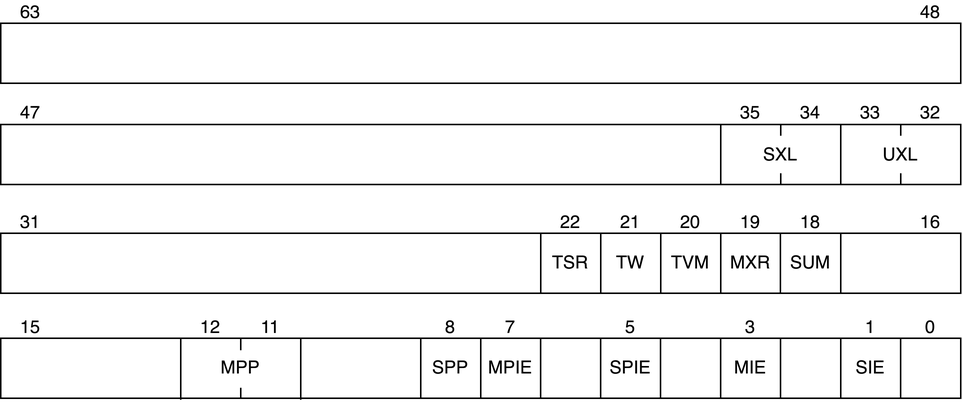
Earlier version of the draw.io export basic/images/20-mmode-csr/mstatus.png (nananapo/veryl-riscv-book). Source tidied: cells renumbered, new cells last; positions are measured from the earlier drawing's top-left corner, leaving out a move shared by most shapes.
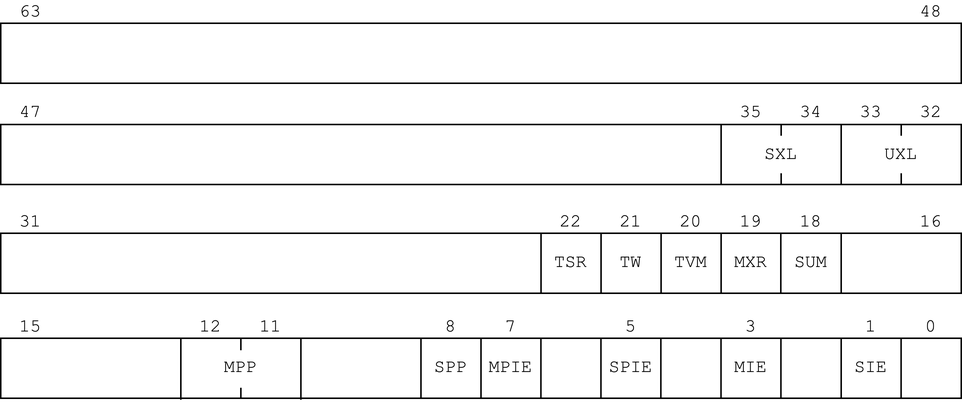
The same file after the commit.

What changed in the source:
```diff
@@ -4,21 +4,21 @@
     <mxCell id="1" parent="0" />
-    <mxCell id="2" style="rounded=0;whiteSpace=wrap;html=1;" parent="1" vertex="1">
+    <mxCell id="2" style="rounded=0;whiteSpace=wrap;html=1;fontFamily=Courier New;" parent="1" vertex="1">
       <mxGeometry y="15" width="640" height="40" as="geometry" />
     </mxCell>
-    <mxCell id="3" value="32" style="text;html=1;align=center;verticalAlign=middle;whiteSpace=wrap;rounded=0;" parent="1" vertex="1">
+    <mxCell id="3" value="32" style="text;html=1;align=center;verticalAlign=middle;whiteSpace=wrap;rounded=0;fontFamily=Courier New;" parent="1" vertex="1">
       <mxGeometry x="610" y="67.5" width="20" height="15" as="geometry" />
     </mxCell>
-    <mxCell id="4" style="rounded=0;whiteSpace=wrap;html=1;" parent="1" vertex="1">
+    <mxCell id="4" style="rounded=0;whiteSpace=wrap;html=1;fontFamily=Courier New;" parent="1" vertex="1">
       <mxGeometry y="155" width="640" height="40" as="geometry" />
     </mxCell>
-    <mxCell id="5" style="rounded=0;whiteSpace=wrap;html=1;" parent="1" vertex="1">
+    <mxCell id="5" style="rounded=0;whiteSpace=wrap;html=1;fontFamily=Courier New;" parent="1" vertex="1">
       <mxGeometry y="225" width="640" height="40" as="geometry" />
     </mxCell>
-    <mxCell id="6" style="rounded=0;whiteSpace=wrap;html=1;" parent="1" vertex="1">
+    <mxCell id="6" style="rounded=0;whiteSpace=wrap;html=1;fontFamily=Courier New;" parent="1" vertex="1">
       <mxGeometry y="82.5" width="640" height="40" as="geometry" />
     </mxCell>
-    <mxCell id="7" value="33" style="text;html=1;align=center;verticalAlign=middle;whiteSpace=wrap;rounded=0;" parent="1" vertex="1">
+    <mxCell id="7" value="33" style="text;html=1;align=center;verticalAlign=middle;whiteSpace=wrap;rounded=0;fontFamily=Courier New;" parent="1" vertex="1">
       <mxGeometry x="570" y="67.5" width="20" height="15" as="geometry" />
     </mxCell>
-    <mxCell id="8" style="endArrow=none;html=1;rounded=0;" parent="1" edge="1">
+    <mxCell id="8" style="endArrow=none;html=1;rounded=0;fontFamily=Courier New;" parent="1" edge="1">
       <mxGeometry relative="1" as="geometry">
@@ -28,3 +28,3 @@
     </mxCell>
-    <mxCell id="9" style="endArrow=none;html=1;rounded=0;" parent="1" edge="1">
+    <mxCell id="9" style="endArrow=none;html=1;rounded=0;fontFamily=Courier New;" parent="1" edge="1">
       <mxGeometry relative="1" as="geometry">
@@ -34,9 +34,9 @@
     </mxCell>
-    <mxCell id="10" style="endArrow=none;html=1;rounded=0;exitX=0.875;exitY=-0.002;exitDx=0;exitDy=0;exitPerimeter=0;entryX=0.875;entryY=1;entryDx=0;entryDy=0;entryPerimeter=0;" parent="1" edge="1" source="6" target="6">
+    <mxCell id="10" style="endArrow=none;html=1;rounded=0;exitX=0.875;exitY=-0.002;exitDx=0;exitDy=0;exitPerimeter=0;entryX=0.875;entryY=1;entryDx=0;entryDy=0;entryPerimeter=0;fontFamily=Courier New;" parent="1" edge="1" source="6" target="6">
       <mxGeometry relative="1" as="geometry" />
     </mxCell>
-    <mxCell id="11" value="UXL" style="text;html=1;align=center;verticalAlign=middle;whiteSpace=wrap;rounded=0;" parent="1" vertex="1">
+    <mxCell id="11" value="UXL" style="text;html=1;align=center;verticalAlign=middle;whiteSpace=wrap;rounded=0;fontFamily=Courier New;" parent="1" vertex="1">
       <mxGeometry x="590" y="95" width="20" height="15" as="geometry" />
     </mxCell>
-    <mxCell id="12" style="endArrow=none;html=1;rounded=0;" parent="1" edge="1">
+    <mxCell id="12" style="endArrow=none;html=1;rounded=0;fontFamily=Courier New;" parent="1" edge="1">
       <mxGeometry relative="1" as="geometry">
@@ -46,3 +46,3 @@
     </mxCell>
-    <mxCell id="13" style="endArrow=none;html=1;rounded=0;" parent="1" edge="1">
+    <mxCell id="13" style="endArrow=none;html=1;rounded=0;fontFamily=Courier New;" parent="1" edge="1">
       <mxGeometry relative="1" as="geometry">
@@ -52,3 +52,3 @@
     </mxCell>
-    <mxCell id="14" style="endArrow=none;html=1;rounded=0;exitX=0.875;exitY=-0.002;exitDx=0;exitDy=0;exitPerimeter=0;entryX=0.875;entryY=1;entryDx=0;entryDy=0;entryPerimeter=0;" parent="1" edge="1">
+    <mxCell id="14" style="endArrow=none;html=1;rounded=0;exitX=0.875;exitY=-0.002;exitDx=0;exitDy=0;exitPerimeter=0;entryX=0.875;entryY=1;entryDx=0;entryDy=0;entryPerimeter=0;fontFamily=Courier New;" parent="1" edge="1">
       <mxGeometry relative="1" as="geometry">
@@ -58,27 +58,27 @@
     </mxCell>
-    <mxCell id="15" value="34" style="text;html=1;align=center;verticalAlign=middle;whiteSpace=wrap;rounded=0;" parent="1" vertex="1">
+    <mxCell id="15" value="34" style="text;html=1;align=center;verticalAlign=middle;whiteSpace=wrap;rounded=0;fontFamily=Courier New;" parent="1" vertex="1">
       <mxGeometry x="530" y="67.5" width="20" height="15" as="geometry" />
     </mxCell>
-    <mxCell id="16" value="35" style="text;html=1;align=center;verticalAlign=middle;whiteSpace=wrap;rounded=0;" parent="1" vertex="1">
+    <mxCell id="16" value="35" style="text;html=1;align=center;verticalAlign=middle;whiteSpace=wrap;rounded=0;fontFamily=Courier New;" parent="1" vertex="1">
       <mxGeometry x="490" y="67.5" width="20" height="15" as="geometry" />
     </mxCell>
-    <mxCell id="17" value="SXL" style="text;html=1;align=center;verticalAlign=middle;whiteSpace=wrap;rounded=0;" parent="1" vertex="1">
+    <mxCell id="17" value="SXL" style="text;html=1;align=center;verticalAlign=middle;whiteSpace=wrap;rounded=0;fontFamily=Courier New;" parent="1" vertex="1">
       <mxGeometry x="510" y="95" width="20" height="15" as="geometry" />
     </mxCell>
-    <mxCell id="18" value="18" style="text;html=1;align=center;verticalAlign=middle;whiteSpace=wrap;rounded=0;" parent="1" vertex="1">
+    <mxCell id="18" value="18" style="text;html=1;align=center;verticalAlign=middle;whiteSpace=wrap;rounded=0;fontFamily=Courier New;" parent="1" vertex="1">
       <mxGeometry x="530" y="140" width="20" height="15" as="geometry" />
     </mxCell>
-    <mxCell id="19" value="19" style="text;html=1;align=center;verticalAlign=middle;whiteSpace=wrap;rounded=0;" parent="1" vertex="1">
+    <mxCell id="19" value="19" style="text;html=1;align=center;verticalAlign=middle;whiteSpace=wrap;rounded=0;fontFamily=Courier New;" parent="1" vertex="1">
       <mxGeometry x="490" y="140" width="20" height="15" as="geometry" />
     </mxCell>
-    <mxCell id="20" value="20" style="text;html=1;align=center;verticalAlign=middle;whiteSpace=wrap;rounded=0;" parent="1" vertex="1">
+    <mxCell id="20" value="20" style="text;html=1;align=center;verticalAlign=middle;whiteSpace=wrap;rounded=0;fontFamily=Courier New;" parent="1" vertex="1">
       <mxGeometry x="450" y="140" width="20" height="15" as="geometry" />
     </mxCell>
-    <mxCell id="21" value="21" style="text;html=1;align=center;verticalAlign=middle;whiteSpace=wrap;rounded=0;" parent="1" vertex="1">
+    <mxCell id="21" value="21" style="text;html=1;align=center;verticalAlign=middle;whiteSpace=wrap;rounded=0;fontFamily=Courier New;" parent="1" vertex="1">
       <mxGeometry x="410" y="140" width="20" height="15" as="geometry" />
     </mxCell>
-    <mxCell id="22" value="22" style="text;html=1;align=center;verticalAlign=middle;whiteSpace=wrap;rounded=0;" parent="1" vertex="1">
+    <mxCell id="22" value="22" style="text;html=1;align=center;verticalAlign=middle;whiteSpace=wrap;rounded=0;fontFamily=Courier New;" parent="1" vertex="1">
       <mxGeometry x="370" y="140" width="20" height="15" as="geometry" />
     </mxCell>
-    <mxCell id="23" style="endArrow=none;html=1;rounded=0;exitX=0.875;exitY=-0.002;exitDx=0;exitDy=0;exitPerimeter=0;entryX=0.875;entryY=1;entryDx=0;entryDy=0;entryPerimeter=0;" parent="1" edge="1">
+    <mxCell id="23" style="endArrow=none;html=1;rounded=0;exitX=0.875;exitY=-0.002;exitDx=0;exitDy=0;exitPerimeter=0;entryX=0.875;entryY=1;entryDx=0;entryDy=0;entryPerimeter=0;fontFamily=Courier New;" parent="1" edge="1">
       <mxGeometry relative="1" as="geometry">
@@ -88,3 +88,3 @@
     </mxCell>
-    <mxCell id="24" style="endArrow=none;html=1;rounded=0;exitX=0.875;exitY=-0.002;exitDx=0;exitDy=0;exitPerimeter=0;entryX=0.875;entryY=1;entryDx=0;entryDy=0;entryPerimeter=0;" parent="1" edge="1">
+    <mxCell id="24" style="endArrow=none;html=1;rounded=0;exitX=0.875;exitY=-0.002;exitDx=0;exitDy=0;exitPerimeter=0;entryX=0.875;entryY=1;entryDx=0;entryDy=0;entryPerimeter=0;fontFamily=Courier New;" parent="1" edge="1">
       <mxGeometry relative="1" as="geometry">
@@ -94,3 +94,3 @@
     </mxCell>
-    <mxCell id="25" style="endArrow=none;html=1;rounded=0;exitX=0.875;exitY=-0.002;exitDx=0;exitDy=0;exitPerimeter=0;entryX=0.875;entryY=1;entryDx=0;entryDy=0;entryPerimeter=0;" parent="1" edge="1">
+    <mxCell id="25" style="endArrow=none;html=1;rounded=0;exitX=0.875;exitY=-0.002;exitDx=0;exitDy=0;exitPerimeter=0;entryX=0.875;entryY=1;entryDx=0;entryDy=0;entryPerimeter=0;fontFamily=Courier New;" parent="1" edge="1">
       <mxGeometry relative="1" as="geometry">
@@ -100,3 +100,3 @@
     </mxCell>
-    <mxCell id="26" style="endArrow=none;html=1;rounded=0;exitX=0.875;exitY=-0.002;exitDx=0;exitDy=0;exitPerimeter=0;entryX=0.875;entryY=1;entryDx=0;entryDy=0;entryPerimeter=0;" parent="1" edge="1">
+    <mxCell id="26" style="endArrow=none;html=1;rounded=0;exitX=0.875;exitY=-0.002;exitDx=0;exitDy=0;exitPerimeter=0;entryX=0.875;entryY=1;entryDx=0;entryDy=0;entryPerimeter=0;fontFamily=Courier New;" parent="1" edge="1">
       <mxGeometry relative="1" as="geometry">
@@ -106,3 +106,3 @@
     </mxCell>
-    <mxCell id="27" style="endArrow=none;html=1;rounded=0;exitX=0.875;exitY=-0.002;exitDx=0;exitDy=0;exitPerimeter=0;entryX=0.875;entryY=1;entryDx=0;entryDy=0;entryPerimeter=0;" parent="1" edge="1">
+    <mxCell id="27" style="endArrow=none;html=1;rounded=0;exitX=0.875;exitY=-0.002;exitDx=0;exitDy=0;exitPerimeter=0;entryX=0.875;entryY=1;entryDx=0;entryDy=0;entryPerimeter=0;fontFamily=Courier New;" parent="1" edge="1">
       <mxGeometry relative="1" as="geometry">
@@ -112,3 +112,3 @@
     </mxCell>
-    <mxCell id="28" style="endArrow=none;html=1;rounded=0;exitX=0.875;exitY=-0.002;exitDx=0;exitDy=0;exitPerimeter=0;entryX=0.875;entryY=1;entryDx=0;entryDy=0;entryPerimeter=0;" parent="1" edge="1">
+    <mxCell id="28" style="endArrow=none;html=1;rounded=0;exitX=0.875;exitY=-0.002;exitDx=0;exitDy=0;exitPerimeter=0;entryX=0.875;entryY=1;entryDx=0;entryDy=0;entryPerimeter=0;fontFamily=Courier New;" parent="1" edge="1">
       <mxGeometry relative="1" as="geometry">
@@ -118,18 +118,18 @@
     </mxCell>
-    <mxCell id="29" value="SUM" style="text;html=1;align=center;verticalAlign=middle;whiteSpace=wrap;rounded=0;" parent="1" vertex="1">
+    <mxCell id="29" value="SUM" style="text;html=1;align=center;verticalAlign=middle;whiteSpace=wrap;rounded=0;fontFamily=Courier New;" parent="1" vertex="1">
       <mxGeometry x="530" y="167.5" width="20" height="15" as="geometry" />
     </mxCell>
-    <mxCell id="30" value="MXR" style="text;html=1;align=center;verticalAlign=middle;whiteSpace=wrap;rounded=0;" parent="1" vertex="1">
+    <mxCell id="30" value="MXR" style="text;html=1;align=center;verticalAlign=middle;whiteSpace=wrap;rounded=0;fontFamily=Courier New;" parent="1" vertex="1">
       <mxGeometry x="490" y="167.5" width="20" height="15" as="geometry" />
     </mxCell>
-    <mxCell id="31" value="TVM" style="text;html=1;align=center;verticalAlign=middle;whiteSpace=wrap;rounded=0;" parent="1" vertex="1">
+    <mxCell id="31" value="TVM" style="text;html=1;align=center;verticalAlign=middle;whiteSpace=wrap;rounded=0;fontFamily=Courier New;" parent="1" vertex="1">
       <mxGeometry x="450" y="167.5" width="20" height="15" as="geometry" />
     </mxCell>
-    <mxCell id="32" value="TW" style="text;html=1;align=center;verticalAlign=middle;whiteSpace=wrap;rounded=0;" parent="1" vertex="1">
+    <mxCell id="32" value="TW" style="text;html=1;align=center;verticalAlign=middle;whiteSpace=wrap;rounded=0;fontFamily=Courier New;" parent="1" vertex="1">
       <mxGeometry x="410" y="167.5" width="20" height="15" as="geometry" />
     </mxCell>
-    <mxCell id="33" value="TSR" style="text;html=1;align=center;verticalAlign=middle;whiteSpace=wrap;rounded=0;" parent="1" vertex="1">
+    <mxCell id="33" value="TSR" style="text;html=1;align=center;verticalAlign=middle;whiteSpace=wrap;rounded=0;fontFamily=Courier New;" parent="1" vertex="1">
       <mxGeometry x="370" y="167.5" width="20" height="15" as="geometry" />
     </mxCell>
-    <mxCell id="34" style="endArrow=none;html=1;rounded=0;" parent="1" edge="1">
+    <mxCell id="34" style="endArrow=none;html=1;rounded=0;fontFamily=Courier New;" parent="1" edge="1">
       <mxGeometry relative="1" as="geometry">
@@ -139,3 +139,3 @@
     </mxCell>
-    <mxCell id="35" style="endArrow=none;html=1;rounded=0;" parent="1" edge="1">
+    <mxCell id="35" style="endArrow=none;html=1;rounded=0;fontFamily=Courier New;" parent="1" edge="1">
       <mxGeometry relative="1" as="geometry">
@@ -145,3 +145,3 @@
     </mxCell>
-    <mxCell id="36" style="endArrow=none;html=1;rounded=0;" parent="1" edge="1">
+    <mxCell id="36" style="endArrow=none;html=1;rounded=0;fontFamily=Courier New;" parent="1" edge="1">
       <mxGeometry relative="1" as="geometry">
@@ -151,3 +151,3 @@
     </mxCell>
-    <mxCell id="37" style="endArrow=none;html=1;rounded=0;" parent="1" edge="1">
+    <mxCell id="37" style="endArrow=none;html=1;rounded=0;fontFamily=Courier New;" parent="1" edge="1">
       <mxGeometry relative="1" as="geometry">
@@ -157,3 +157,3 @@
     </mxCell>
-    <mxCell id="38" style="endArrow=none;html=1;rounded=0;" parent="1" edge="1">
+    <mxCell id="38" style="endArrow=none;html=1;rounded=0;fontFamily=Courier New;" parent="1" edge="1">
       <mxGeometry relative="1" as="geometry">
@@ -163,3 +163,3 @@
     </mxCell>
-    <mxCell id="39" style="endArrow=none;html=1;rounded=0;" parent="1" edge="1">
+    <mxCell id="39" style="endArrow=none;html=1;rounded=0;fontFamily=Courier New;" parent="1" edge="1">
       <mxGeometry relative="1" as="geometry">
@@ -169,3 +169,3 @@
     </mxCell>
-    <mxCell id="40" style="endArrow=none;html=1;rounded=0;" parent="1" edge="1">
+    <mxCell id="40" style="endArrow=none;html=1;rounded=0;fontFamily=Courier New;" parent="1" edge="1">
       <mxGeometry relative="1" as="geometry">
@@ -175,3 +175,3 @@
     </mxCell>
-    <mxCell id="41" style="endArrow=none;html=1;rounded=0;" parent="1" edge="1">
+    <mxCell id="41" style="endArrow=none;html=1;rounded=0;fontFamily=Courier New;" parent="1" edge="1">
       <mxGeometry relative="1" as="geometry">
@@ -181,3 +181,3 @@
     </mxCell>
-    <mxCell id="42" style="endArrow=none;html=1;rounded=0;" parent="1" edge="1">
+    <mxCell id="42" style="endArrow=none;html=1;rounded=0;fontFamily=Courier New;" parent="1" edge="1">
       <mxGeometry relative="1" as="geometry">
@@ -187,3 +187,3 @@
     </mxCell>
-    <mxCell id="43" style="endArrow=none;html=1;rounded=0;exitX=0.875;exitY=-0.002;exitDx=0;exitDy=0;exitPerimeter=0;entryX=0.875;entryY=1;entryDx=0;entryDy=0;entryPerimeter=0;" parent="1" edge="1">
+    <mxCell id="43" style="endArrow=none;html=1;rounded=0;exitX=0.875;exitY=-0.002;exitDx=0;exitDy=0;exitPerimeter=0;entryX=0.875;entryY=1;entryDx=0;entryDy=0;entryPerimeter=0;fontFamily=Courier New;" parent="1" edge="1">
       <mxGeometry relative="1" as="geometry">
@@ -193,3 +193,3 @@
     </mxCell>
-    <mxCell id="44" style="endArrow=none;html=1;rounded=0;" parent="1" edge="1">
+    <mxCell id="44" style="endArrow=none;html=1;rounded=0;fontFamily=Courier New;" parent="1" edge="1">
       <mxGeometry relative="1" as="geometry">
@@ -199,3 +199,3 @@
     </mxCell>
-    <mxCell id="45" style="endArrow=none;html=1;rounded=0;" parent="1" edge="1">
+    <mxCell id="45" style="endArrow=none;html=1;rounded=0;fontFamily=Courier New;" parent="1" edge="1">
       <mxGeometry relative="1" as="geometry">
@@ -205,3 +205,3 @@
     </mxCell>
-    <mxCell id="46" style="endArrow=none;html=1;rounded=0;exitX=0.875;exitY=-0.002;exitDx=0;exitDy=0;exitPerimeter=0;entryX=0.875;entryY=1;entryDx=0;entryDy=0;entryPerimeter=0;" parent="1" edge="1">
+    <mxCell id="46" style="endArrow=none;html=1;rounded=0;exitX=0.875;exitY=-0.002;exitDx=0;exitDy=0;exitPerimeter=0;entryX=0.875;entryY=1;entryDx=0;entryDy=0;entryPerimeter=0;fontFamily=Courier New;" parent="1" edge="1">
       <mxGeometry relative="1" as="geometry">
@@ -211,60 +211,60 @@
     </mxCell>
-    <mxCell id="47" value="1" style="text;html=1;align=center;verticalAlign=middle;whiteSpace=wrap;rounded=0;" parent="1" vertex="1">
+    <mxCell id="47" value="1" style="text;html=1;align=center;verticalAlign=middle;whiteSpace=wrap;rounded=0;fontFamily=Courier New;" parent="1" vertex="1">
       <mxGeometry x="570" y="210" width="20" height="15" as="geometry" />
     </mxCell>
-    <mxCell id="48" value="3" style="text;html=1;align=center;verticalAlign=middle;whiteSpace=wrap;rounded=0;" parent="1" vertex="1">
+    <mxCell id="48" value="3" style="text;html=1;align=center;verticalAlign=middle;whiteSpace=wrap;rounded=0;fontFamily=Courier New;" parent="1" vertex="1">
       <mxGeometry x="490" y="210" width="20" height="15" as="geometry" />
     </mxCell>
-    <mxCell id="49" value="5" style="text;html=1;align=center;verticalAlign=middle;whiteSpace=wrap;rounded=0;" parent="1" vertex="1">
+    <mxCell id="49" value="5" style="text;html=1;align=center;verticalAlign=middle;whiteSpace=wrap;rounded=0;fontFamily=Courier New;" parent="1" vertex="1">
       <mxGeometry x="410" y="210" width="20" height="15" as="geometry" />
     </mxCell>
-    <mxCell id="50" value="7" style="text;html=1;align=center;verticalAlign=middle;whiteSpace=wrap;rounded=0;" parent="1" vertex="1">
+    <mxCell id="50" value="7" style="text;html=1;align=center;verticalAlign=middle;whiteSpace=wrap;rounded=0;fontFamily=Courier New;" parent="1" vertex="1">
       <mxGeometry x="330" y="210" width="20" height="15" as="geometry" />
     </mxCell>
-    <mxCell id="51" value="8" style="text;html=1;align=center;verticalAlign=middle;whiteSpace=wrap;rounded=0;" parent="1" vertex="1">
+    <mxCell id="51" value="8" style="text;html=1;align=center;verticalAlign=middle;whiteSpace=wrap;rounded=0;fontFamily=Courier New;" parent="1" vertex="1">
       <mxGeometry x="290" y="210" width="20" height="15" as="geometry" />
     </mxCell>
-    <mxCell id="52" value="11" style="text;html=1;align=center;verticalAlign=middle;whiteSpace=wrap;rounded=0;" parent="1" vertex="1">
+    <mxCell id="52" value="11" style="text;html=1;align=center;verticalAlign=middle;whiteSpace=wrap;rounded=0;fontFamily=Courier New;" parent="1" vertex="1">
       <mxGeometry x="170" y="210" width="20" height="15" as="geometry" />
     </mxCell>
-    <mxCell id="53" value="12" style="text;html=1;align=center;verticalAlign=middle;whiteSpace=wrap;rounded=0;" parent="1" vertex="1">
+    <mxCell id="53" value="12" style="text;html=1;align=center;verticalAlign=middle;whiteSpace=wrap;rounded=0;fontFamily=Courier New;" parent="1" vertex="1">
       <mxGeometry x="130" y="210" width="20" height="15" as="geometry" />
     </mxCell>
-    <mxCell id="54" value="SIE" style="text;html=1;align=center;verticalAlign=middle;whiteSpace=wrap;rounded=0;" parent="1" vertex="1">
+    <mxCell id="54" value="SIE" style="text;html=1;align=center;verticalAlign=middle;whiteSpace=wrap;rounded=0;fontFamily=Courier New;" parent="1" vertex="1">
       <mxGeometry x="570" y="237.5" width="20" height="15" as="geometry" />
     </mxCell>
-    <mxCell id="55" value="MIE" style="text;html=1;align=center;verticalAlign=middle;whiteSpace=wrap;rounded=0;" parent="1" vertex="1">
+    <mxCell id="55" value="MIE" style="text;html=1;align=center;verticalAlign=middle;whiteSpace=wrap;rounded=0;fontFamily=Courier New;" parent="1" vertex="1">
       <mxGeometry x="490" y="237.5" width="20" height="15" as="geometry" />
     </mxCell>
-    <mxCell id="56" value="SPIE" style="text;html=1;align=center;verticalAlign=middle;whiteSpace=wrap;rounded=0;" parent="1" vertex="1">
+    <mxCell id="56" value="SPIE" style="text;html=1;align=center;verticalAlign=middle;whiteSpace=wrap;rounded=0;fontFamily=Courier New;" parent="1" vertex="1">
       <mxGeometry x="410" y="237.5" width="20" height="15" as="geometry" />
     </mxCell>
-    <mxCell id="57" value="MPIE" style="text;html=1;align=center;verticalAlign=middle;whiteSpace=wrap;rounded=0;" parent="1" vertex="1">
+    <mxCell id="57" value="MPIE" style="text;html=1;align=center;verticalAlign=middle;whiteSpace=wrap;rounded=0;fontFamily=Courier New;" parent="1" vertex="1">
       <mxGeometry x="330" y="237.5" width="20" height="15" as="geometry" />
     </mxCell>
-    <mxCell id="58" value="SPP" style="text;html=1;align=center;verticalAlign=middle;whiteSpace=wrap;rounded=0;" parent="1" vertex="1">
+    <mxCell id="58" value="SPP" style="text;html=1;align=center;verticalAlign=middle;whiteSpace=wrap;rounded=0;fontFamily=Courier New;" parent="1" vertex="1">
       <mxGeometry x="290" y="237.5" width="20" height="15" as="geometry" />
     </mxCell>
-    <mxCell id="59" value="MPP" style="text;html=1;align=center;verticalAlign=middle;whiteSpace=wrap;rounded=0;" parent="1" vertex="1">
+    <mxCell id="59" value="MPP" style="text;html=1;align=center;verticalAlign=middle;whiteSpace=wrap;rounded=0;fontFamily=Courier New;" parent="1" vertex="1">
       <mxGeometry x="150" y="237.5" width="20" height="15" as="geometry" />
     </mxCell>
-    <mxCell id="60" value="0" style="text;html=1;align=center;verticalAlign=middle;whiteSpace=wrap;rounded=0;" parent="1" vertex="1">
+    <mxCell id="60" value="0" style="text;html=1;align=center;verticalAlign=middle;whiteSpace=wrap;rounded=0;fontFamily=Courier New;" parent="1" vertex="1">
       <mxGeometry x="610" y="210" width="20" height="15" as="geometry" />
     </mxCell>
-    <mxCell id="61" value="15" style="text;html=1;align=center;verticalAlign=middle;whiteSpace=wrap;rounded=0;" parent="1" vertex="1">
+    <mxCell id="61" value="15" style="text;html=1;align=center;verticalAlign=middle;whiteSpace=wrap;rounded=0;fontFamily=Courier New;" parent="1" vertex="1">
       <mxGeometry x="10" y="210" width="20" height="15" as="geometry" />
     </mxCell>
-    <mxCell id="62" value="16" style="text;html=1;align=center;verticalAlign=middle;whiteSpace=wrap;rounded=0;" parent="1" vertex="1">
+    <mxCell id="62" value="16" style="text;html=1;align=center;verticalAlign=middle;whiteSpace=wrap;rounded=0;fontFamily=Courier New;" parent="1" vertex="1">
       <mxGeometry x="610" y="140" width="20" height="15" as="geometry" />
     </mxCell>
-    <mxCell id="63" value="31" style="text;html=1;align=center;verticalAlign=middle;whiteSpace=wrap;rounded=0;" parent="1" vertex="1">
+    <mxCell id="63" value="31" style="text;html=1;align=center;verticalAlign=middle;whiteSpace=wrap;rounded=0;fontFamily=Courier New;" parent="1" vertex="1">
       <mxGeometry x="10" y="140" width="20" height="15" as="geometry" />
     </mxCell>
-    <mxCell id="64" value="47" style="text;html=1;align=center;verticalAlign=middle;whiteSpace=wrap;rounded=0;" parent="1" vertex="1">
+    <mxCell id="64" value="47" style="text;html=1;align=center;verticalAlign=middle;whiteSpace=wrap;rounded=0;fontFamily=Courier New;" parent="1" vertex="1">
       <mxGeometry x="10" y="67.5" width="20" height="15" as="geometry" />
     </mxCell>
-    <mxCell id="65" value="48" style="text;html=1;align=center;verticalAlign=middle;whiteSpace=wrap;rounded=0;" parent="1" vertex="1">
+    <mxCell id="65" value="48" style="text;html=1;align=center;verticalAlign=middle;whiteSpace=wrap;rounded=0;fontFamily=Courier New;" parent="1" vertex="1">
       <mxGeometry x="610" width="20" height="15" as="geometry" />
     </mxCell>
-    <mxCell id="66" value="63" style="text;html=1;align=center;verticalAlign=middle;whiteSpace=wrap;rounded=0;" parent="1" vertex="1">
+    <mxCell id="66" value="63" style="text;html=1;align=center;verticalAlign=middle;whiteSpace=wrap;rounded=0;fontFamily=Courier New;" parent="1" vertex="1">
       <mxGeometry x="10" width="20" height="15" as="geometry" />
```
